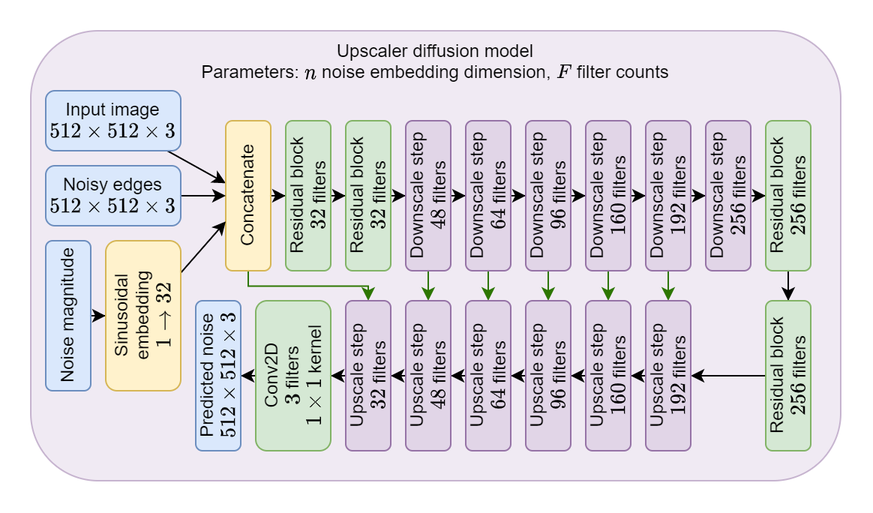
Earlier version of the draw.io export thesis/images/upscaler.drawio.png (Matezzzz/Image_outpainting). Source tidied: cells renumbered, new cells last; positions are measured from the earlier drawing's top-left corner, leaving out a move shared by most shapes.
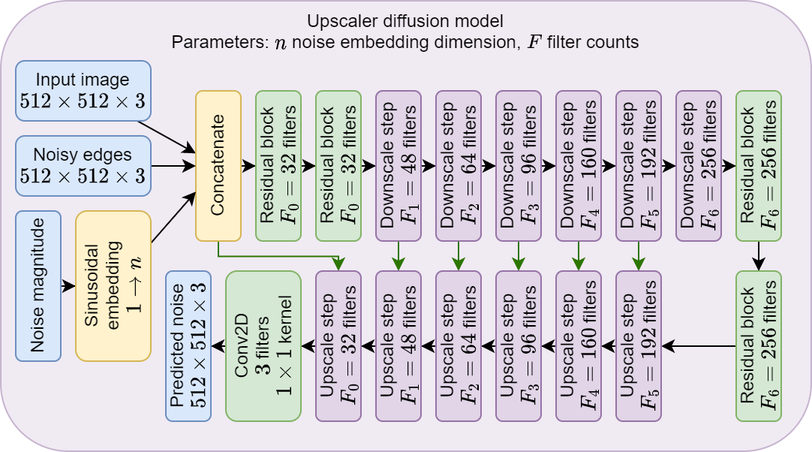
Above is the later version.

What changed in the source:
```diff
@@ -35,19 +35,19 @@
     <mxCell id="12" style="rounded=0;jettySize=auto;html=1;" parent="1" edge="1" source="13" target="7">
       <mxGeometry relative="1" as="geometry" />
     </mxCell>
-    <mxCell id="13" value="Sinusoidal embedding&lt;br&gt;\(1 \rightarrow 32\)" style="rounded=1;whiteSpace=wrap;html=1;horizontal=0;fillColor=#fff2cc;strokeColor=#d6b656;" parent="1" vertex="1">
+    <mxCell id="13" value="Sinusoidal embedding&lt;br&gt;\(1 \rightarrow n\)" style="rounded=1;whiteSpace=wrap;html=1;horizontal=0;fillColor=#fff2cc;strokeColor=#d6b656;" parent="1" vertex="1">
       <mxGeometry x="50" y="140" width="50" height="100" as="geometry" />
     </mxCell>
     <mxCell id="14" style="edgeStyle=orthogonalEdgeStyle;rounded=0;jettySize=auto;html=1;" parent="1" edge="1" source="15" target="17">
       <mxGeometry relative="1" as="geometry" />
     </mxCell>
-    <mxCell id="15" value="Residual block&lt;br&gt;\(32\) filters" style="rounded=1;whiteSpace=wrap;html=1;horizontal=0;fillColor=#d5e8d4;strokeColor=#82b366;" parent="1" vertex="1">
+    <mxCell id="15" value="Residual block&lt;br&gt;\(F_0=32\) filters" style="rounded=1;whiteSpace=wrap;html=1;horizontal=0;fillColor=#d5e8d4;strokeColor=#82b366;" parent="1" vertex="1">
       <mxGeometry x="170" y="60" width="30" height="100" as="geometry" />
     </mxCell>
     <mxCell id="16" style="edgeStyle=orthogonalEdgeStyle;rounded=0;jettySize=auto;html=1;" parent="1" edge="1" source="17" target="20">
       <mxGeometry relative="1" as="geometry" />
     </mxCell>
-    <mxCell id="17" value="Residual block&lt;br&gt;\(32\)&amp;nbsp;filters" style="rounded=1;whiteSpace=wrap;html=1;horizontal=0;fillColor=#d5e8d4;strokeColor=#82b366;" parent="1" vertex="1">
+    <mxCell id="17" value="Residual block&lt;br&gt;\(F_0=32\)&amp;nbsp;filters" style="rounded=1;whiteSpace=wrap;html=1;horizontal=0;fillColor=#d5e8d4;strokeColor=#82b366;" parent="1" vertex="1">
       <mxGeometry x="210" y="60" width="30" height="100" as="geometry" />
     </mxCell>
     <mxCell id="18" style="edgeStyle=orthogonalEdgeStyle;rounded=0;jettySize=auto;html=1;" parent="1" edge="1" source="20" target="23">
@@ -56,7 +56,7 @@
     <mxCell id="19" style="rounded=0;jettySize=auto;html=1;fillColor=#60a917;strokeColor=#2D7600;" parent="1" edge="1" source="20" target="48">
       <mxGeometry relative="1" as="geometry" />
     </mxCell>
-    <mxCell id="20" value="Downscale step&lt;br&gt;\(48\) filters" style="rounded=1;whiteSpace=wrap;html=1;horizontal=0;fillColor=#e1d5e7;strokeColor=#9673a6;" parent="1" vertex="1">
+    <mxCell id="20" value="Downscale step&lt;br&gt;\(F_1=48\) filters" style="rounded=1;whiteSpace=wrap;html=1;horizontal=0;fillColor=#e1d5e7;strokeColor=#9673a6;" parent="1" vertex="1">
       <mxGeometry x="250" y="60" width="30" height="100" as="geometry" />
     </mxCell>
     <mxCell id="21" style="edgeStyle=orthogonalEdgeStyle;rounded=0;jettySize=auto;html=1;" parent="1" edge="1" source="23" target="26">
@@ -65,7 +65,7 @@
     <mxCell id="22" style="rounded=0;jettySize=auto;html=1;fillColor=#60a917;strokeColor=#2D7600;" parent="1" edge="1" source="23" target="46">
       <mxGeometry relative="1" as="geometry" />
     </mxCell>
-    <mxCell id="23" value="Downscale step&lt;br&gt;\(64\) filters" style="rounded=1;whiteSpace=wrap;html=1;horizontal=0;fillColor=#e1d5e7;strokeColor=#9673a6;" parent="1" vertex="1">
+    <mxCell id="23" value="Downscale step&lt;br&gt;\(F_2=&lt;br&gt;64\) filters" style="rounded=1;whiteSpace=wrap;html=1;horizontal=0;fillColor=#e1d5e7;strokeColor=#9673a6;" parent="1" vertex="1">
       <mxGeometry x="290" y="60" width="30" height="100" as="geometry" />
     </mxCell>
     <mxCell id="24" style="edgeStyle=orthogonalEdgeStyle;rounded=0;jettySize=auto;html=1;" parent="1" edge="1" source="26" target="29">
@@ -74,7 +74,7 @@
     <mxCell id="25" style="rounded=0;jettySize=auto;html=1;fillColor=#60a917;strokeColor=#2D7600;" parent="1" edge="1" source="26" target="44">
       <mxGeometry relative="1" as="geometry" />
     </mxCell>
-    <mxCell id="26" value="Downscale step&lt;br&gt;\(96\) filters" style="rounded=1;whiteSpace=wrap;html=1;horizontal=0;fillColor=#e1d5e7;strokeColor=#9673a6;" parent="1" vertex="1">
+    <mxCell id="26" value="Downscale step&lt;br&gt;\(F_3=&lt;br&gt;96\) filters" style="rounded=1;whiteSpace=wrap;html=1;horizontal=0;fillColor=#e1d5e7;strokeColor=#9673a6;" parent="1" vertex="1">
       <mxGeometry x="330" y="60" width="30" height="100" as="geometry" />
     </mxCell>
     <mxCell id="27" style="edgeStyle=orthogonalEdgeStyle;rounded=0;jettySize=auto;html=1;" parent="1" edge="1" source="29" target="32">
@@ -83,7 +83,7 @@
     <mxCell id="28" style="rounded=0;jettySize=auto;html=1;fillColor=#60a917;strokeColor=#2D7600;" parent="1" edge="1" source="29" target="42">
       <mxGeometry relative="1" as="geometry" />
     </mxCell>
-    <mxCell id="29" value="Downscale step&lt;br&gt;\(160\) filters" style="rounded=1;whiteSpace=wrap;html=1;horizontal=0;fillColor=#e1d5e7;strokeColor=#9673a6;" parent="1" vertex="1">
+    <mxCell id="29" value="Downscale step&lt;br&gt;\(F_4=&lt;br&gt;160\) filters" style="rounded=1;whiteSpace=wrap;html=1;horizontal=0;fillColor=#e1d5e7;strokeColor=#9673a6;" parent="1" vertex="1">
       <mxGeometry x="370" y="60" width="30" height="100" as="geometry" />
     </mxCell>
     <mxCell id="30" style="edgeStyle=orthogonalEdgeStyle;rounded=0;jettySize=auto;html=1;" parent="1" edge="1" source="32" target="34">
@@ -92,61 +92,61 @@
     <mxCell id="31" style="rounded=0;jettySize=auto;html=1;fillColor=#60a917;strokeColor=#2D7600;" parent="1" edge="1" source="32" target="40">
       <mxGeometry relative="1" as="geometry" />
     </mxCell>
-    <mxCell id="32" value="Downscale step&lt;br&gt;\(192\) filters" style="rounded=1;whiteSpace=wrap;html=1;horizontal=0;fillColor=#e1d5e7;strokeColor=#9673a6;" parent="1" vertex="1">
+    <mxCell id="32" value="Downscale step&lt;br&gt;\(F_5=&lt;br&gt;192\) filters" style="rounded=1;whiteSpace=wrap;html=1;horizontal=0;fillColor=#e1d5e7;strokeColor=#9673a6;" parent="1" vertex="1">
       <mxGeometry x="410" y="60" width="30" height="100" as="geometry" />
     </mxCell>
     <mxCell id="33" style="edgeStyle=orthogonalEdgeStyle;rounded=0;jettySize=auto;html=1;" parent="1" edge="1" source="34" target="36">
       <mxGeometry relative="1" as="geometry" />
     </mxCell>
-    <mxCell id="34" value="Downscale step&lt;br&gt;\(256\) filters" style="rounded=1;whiteSpace=wrap;html=1;horizontal=0;fillColor=#e1d5e7;strokeColor=#9673a6;" parent="1" vertex="1">
+    <mxCell id="34" value="Downscale step&lt;br&gt;\(F_6=&lt;br&gt;256\) filters" style="rounded=1;whiteSpace=wrap;html=1;horizontal=0;fillColor=#e1d5e7;strokeColor=#9673a6;" parent="1" vertex="1">
       <mxGeometry x="450" y="60" width="30" height="100" as="geometry" />
     </mxCell>
     <mxCell id="35" style="edgeStyle=orthogonalEdgeStyle;rounded=0;jettySize=auto;html=1;" parent="1" edge="1" source="36" target="38">
       <mxGeometry relative="1" as="geometry" />
     </mxCell>
-    <mxCell id="36" value="Residual block&lt;br&gt;\(256\)&amp;nbsp;filters" style="rounded=1;whiteSpace=wrap;html=1;horizontal=0;fillColor=#d5e8d4;strokeColor=#82b366;" parent="1" vertex="1">
+    <mxCell id="36" value="Residual block&lt;br&gt;\(F_6=&lt;br&gt;256\)&amp;nbsp;filters" style="rounded=1;whiteSpace=wrap;html=1;horizontal=0;fillColor=#d5e8d4;strokeColor=#82b366;" parent="1" vertex="1">
       <mxGeometry x="490" y="60" width="30" height="100" as="geometry" />
     </mxCell>
     <mxCell id="37" style="edgeStyle=orthogonalEdgeStyle;rounded=0;jettySize=auto;html=1;" parent="1" edge="1" source="38" target="40">
       <mxGeometry relative="1" as="geometry" />
     </mxCell>
-    <mxCell id="38" value="Residual block&lt;br&gt;\(256\)&amp;nbsp;filters" style="rounded=1;whiteSpace=wrap;html=1;horizontal=0;fillColor=#d5e8d4;strokeColor=#82b366;" parent="1" vertex="1">
+    <mxCell id="38" value="Residual block&lt;br&gt;\(F_6=&lt;br&gt;256\)&amp;nbsp;filters" style="rounded=1;whiteSpace=wrap;html=1;horizontal=0;fillColor=#d5e8d4;strokeColor=#82b366;" parent="1" vertex="1">
       <mxGeometry x="490" y="180" width="30" height="100" as="geometry" />
     </mxCell>
     <mxCell id="39" style="edgeStyle=orthogonalEdgeStyle;rounded=0;jettySize=auto;html=1;" parent="1" edge="1" source="40" target="42">
       <mxGeometry relative="1" as="geometry" />
     </mxCell>
-    <mxCell id="40" value="Upscale step&lt;br&gt;\(192\) filters" style="rounded=1;whiteSpace=wrap;html=1;horizontal=0;fillColor=#e1d5e7;strokeColor=#9673a6;" parent="1" vertex="1">
+    <mxCell id="40" value="Upscale step&lt;br&gt;\(F_5=&lt;br&gt;192\) filters" style="rounded=1;whiteSpace=wrap;html=1;horizontal=0;fillColor=#e1d5e7;strokeColor=#9673a6;" parent="1" vertex="1">
       <mxGeometry x="410" y="180" width="30" height="100" as="geometry" />
     </mxCell>
     <mxCell id="41" style="edgeStyle=orthogonalEdgeStyle;rounded=0;jettySize=auto;html=1;" parent="1" edge="1" source="42" target="44">
       <mxGeometry relative="1" as="geometry" />
     </mxCell>
-    <mxCell id="42" value="Upscale step&lt;br&gt;\(160\) filters" style="rounded=1;whiteSpace=wrap;html=1;horizontal=0;fillColor=#e1d5e7;strokeColor=#9673a6;" parent="1" vertex="1">
+    <mxCell id="42" value="Upscale step&lt;br&gt;\(F_4=&lt;br&gt;160\) filters" style="rounded=1;whiteSpace=wrap;html=1;horizontal=0;fillColor=#e1d5e7;strokeColor=#9673a6;" parent="1" vertex="1">
       <mxGeometry x="370" y="180" width="30" height="100" as="geometry" />
     </mxCell>
     <mxCell id="43" style="edgeStyle=orthogonalEdgeStyle;rounded=0;jettySize=auto;html=1;" parent="1" edge="1" source="44" target="46">
       <mxGeometry relative="1" as="geometry" />
     </mxCell>
-    <mxCell id="44" value="Upscale step&lt;br&gt;\(96\) filters" style="rounded=1;whiteSpace=wrap;html=1;horizontal=0;fillColor=#e1d5e7;strokeColor=#9673a6;" parent="1" vertex="1">
+    <mxCell id="44" value="Upscale step&lt;br&gt;\(F_3=&lt;br&gt;96\) filters" style="rounded=1;whiteSpace=wrap;html=1;horizontal=0;fillColor=#e1d5e7;strokeColor=#9673a6;" parent="1" vertex="1">
       <mxGeometry x="330" y="180" width="30" height="100" as="geometry" />
     </mxCell>
     <mxCell id="45" style="edgeStyle=orthogonalEdgeStyle;rounded=0;jettySize=auto;html=1;" parent="1" edge="1" source="46" target="48">
       <mxGeometry relative="1" as="geometry" />
     </mxCell>
-    <mxCell id="46" value="Upscale step&lt;br&gt;\(64\) filters" style="rounded=1;whiteSpace=wrap;html=1;horizontal=0;fillColor=#e1d5e7;strokeColor=#9673a6;" parent="1" vertex="1">
+    <mxCell id="46" value="Upscale step&lt;br&gt;\(F_2=&lt;br&gt;64\) filters" style="rounded=1;whiteSpace=wrap;html=1;horizontal=0;fillColor=#e1d5e7;strokeColor=#9673a6;" parent="1" vertex="1">
       <mxGeometry x="290" y="180" width="30" height="100" as="geometry" />
     </mxCell>
     <mxCell id="47" style="edgeStyle=orthogonalEdgeStyle;rounded=0;jettySize=auto;html=1;" parent="1" edge="1" source="48" target="50">
       <mxGeometry relative="1" as="geometry" />
     </mxCell>
-    <mxCell id="48" value="Upscale step&lt;br&gt;\(48\) filters" style="rounded=1;whiteSpace=wrap;html=1;horizontal=0;fillColor=#e1d5e7;strokeColor=#9673a6;" parent="1" vertex="1">
+    <mxCell id="48" value="Upscale step&lt;br&gt;\(F_1=&lt;br&gt;48\) filters" style="rounded=1;whiteSpace=wrap;html=1;horizontal=0;fillColor=#e1d5e7;strokeColor=#9673a6;" parent="1" vertex="1">
       <mxGeometry x="250" y="180" width="30" height="100" as="geometry" />
     </mxCell>
     <mxCell id="49" style="edgeStyle=orthogonalEdgeStyle;rounded=0;jettySize=auto;html=1;entryX=1;entryY=0.5;entryDx=0;entryDy=0;" parent="1" edge="1" source="50" target="52">
       <mxGeometry relative="1" as="geometry" />
     </mxCell>
-    <mxCell id="50" value="Upscale step&lt;br&gt;\(32\) filters" style="rounded=1;whiteSpace=wrap;html=1;horizontal=0;fillColor=#e1d5e7;strokeColor=#9673a6;" parent="1" vertex="1">
+    <mxCell id="50" value="Upscale step&lt;br&gt;\(F_0=&lt;br&gt;32\) filters" style="rounded=1;whiteSpace=wrap;html=1;horizontal=0;fillColor=#e1d5e7;strokeColor=#9673a6;" parent="1" vertex="1">
       <mxGeometry x="210" y="180" width="30" height="100" as="geometry" />
     </mxCell>
     <mxCell id="51" style="edgeStyle=orthogonalEdgeStyle;rounded=0;jettySize=auto;html=1;" parent="1" edge="1" source="52" target="53">
```
